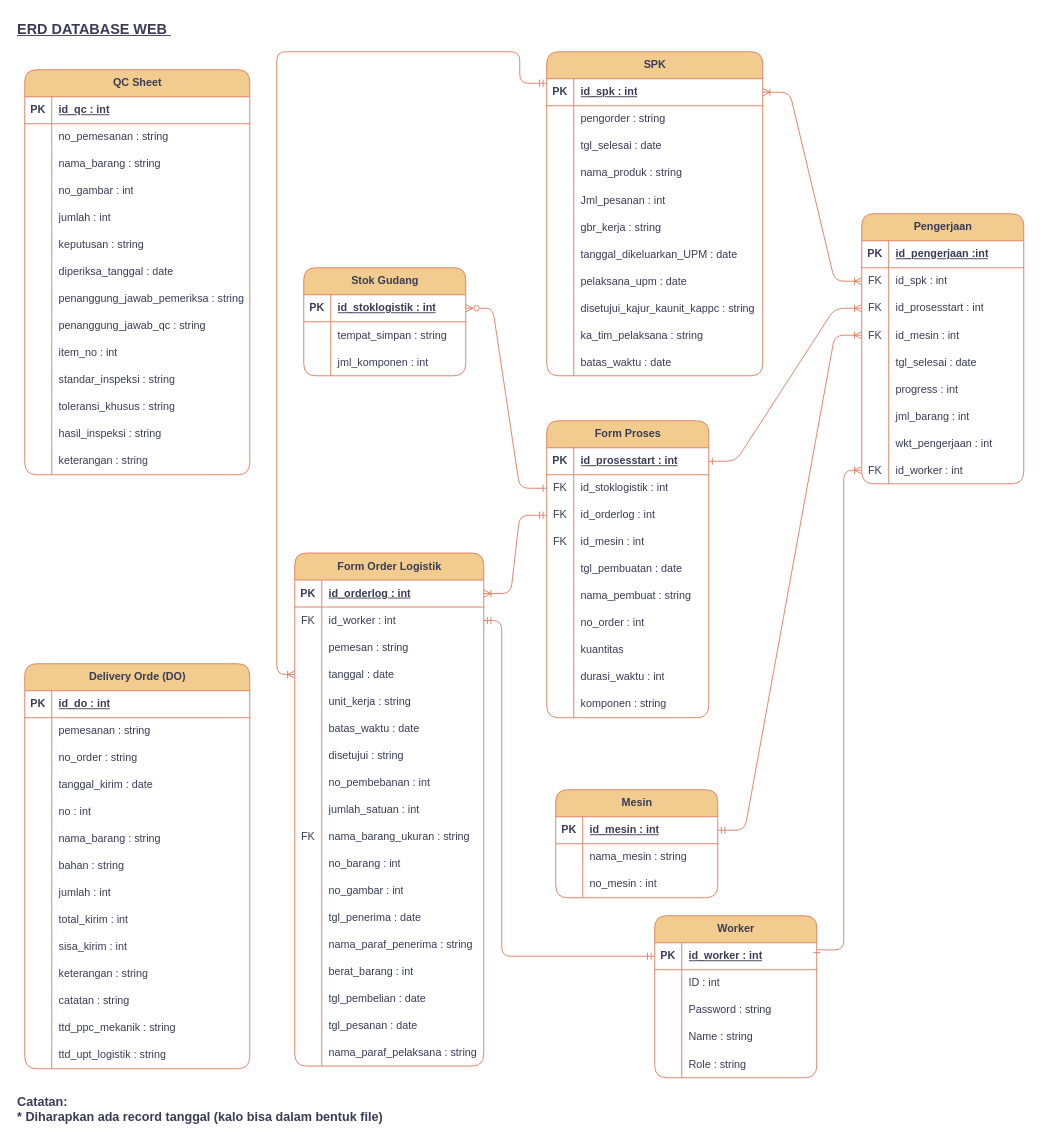
rdhst/ERD-Draw-IO keeps this draw.io diagram as page "ERD" (1 of 2) of erd-rev.drawio. Above is the earlier version. Source tidied: cells renumbered, new cells numbered last; positions are measured from the earlier drawing's top-left corner, leaving out a move shared by most shapes. Both pictures are drawn from the tidied source at 90%, with x=0, y=0 at pixel (15, 15).
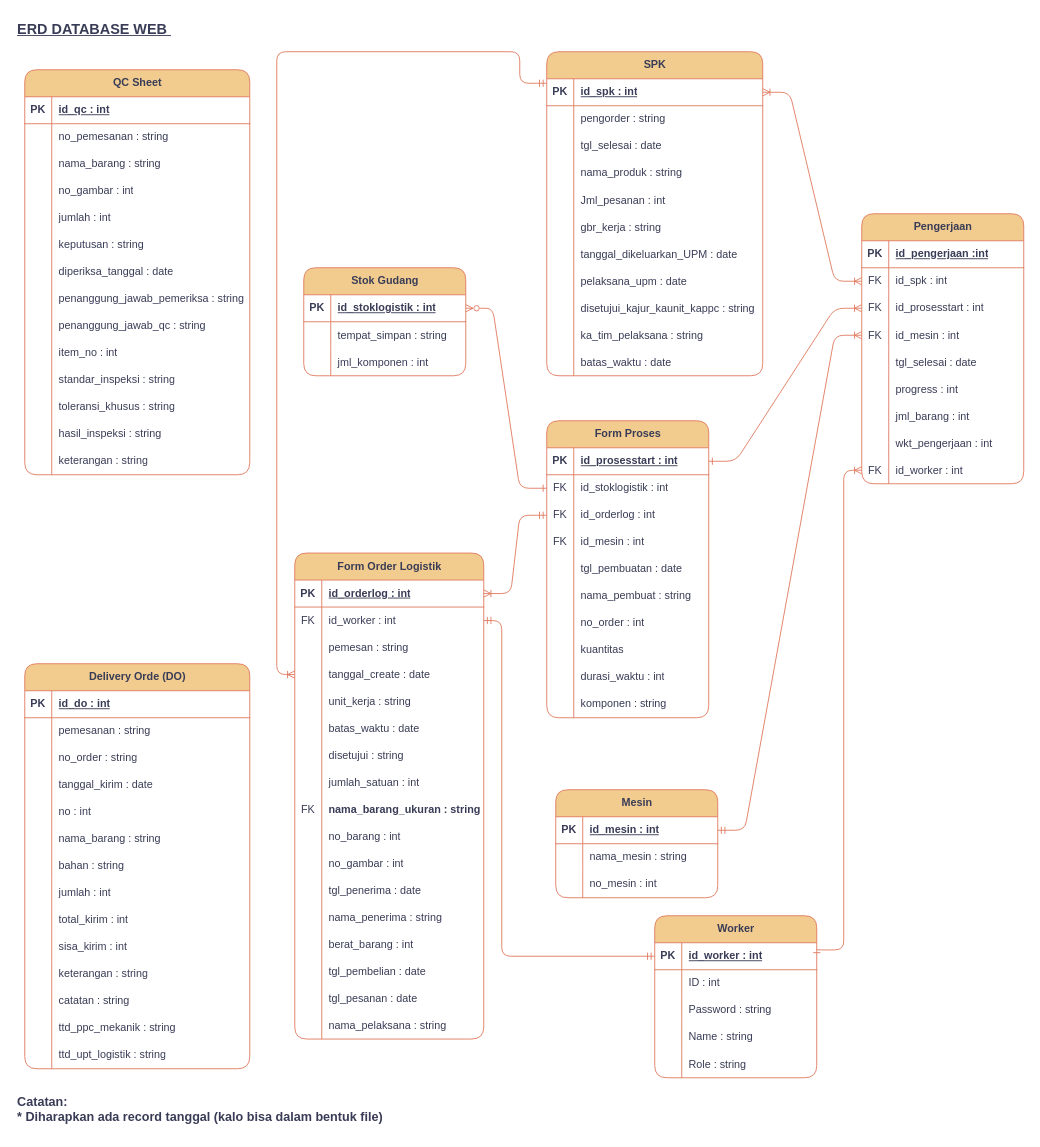
Above is the later version.

Unchanged cells that the change refers to:
```xml
<mxCell id="92" style="shape=tableRow;horizontal=0;startSize=0;swimlaneHead=0;swimlaneBody=0;fillColor=none;top=0;left=0;right=0;bottom=0;rounded=1;labelBackgroundColor=none;strokeColor=#E07A5F;fontColor=#393C56;" parent="82" vertex="1">
  <mxGeometry y="120" width="210" height="30" as="geometry" />
</mxCell>
```

The edit, as a diff of the source:
```diff
@@
     <mxCell id="82" value="Form Order Logistik" style="shape=table;startSize=30;childLayout=tableLayout;rowLines=0;fontStyle=1;align=center;html=1;rounded=1;labelBackgroundColor=none;fillColor=#F2CC8F;strokeColor=#E07A5F;fontColor=#393C56;" parent="1" vertex="1">
-      <mxGeometry x="310" y="597" width="210" height="570" as="geometry" />
+      <mxGeometry x="310" y="597" width="210" height="540" as="geometry" />
     </mxCell>
@@
-    <mxCell id="94" value="tanggal : date" style="shape=partialRectangle;fillColor=none;top=0;left=0;bottom=0;right=0;align=left;spacingLeft=6;overflow=hidden;whiteSpace=wrap;html=1;rounded=1;labelBackgroundColor=none;strokeColor=#E07A5F;fontColor=#393C56;" parent="92" vertex="1">
+    <mxCell id="94" value="tanggal_create : date" style="shape=partialRectangle;fillColor=none;top=0;left=0;bottom=0;right=0;align=left;spacingLeft=6;overflow=hidden;whiteSpace=wrap;html=1;rounded=1;labelBackgroundColor=none;strokeColor=#E07A5F;fontColor=#393C56;" parent="92" vertex="1">
       <mxGeometry x="30" width="180" height="30" as="geometry" />
     </mxCell>
@@
-    <mxCell id="104" style="shape=tableRow;horizontal=0;startSize=0;swimlaneHead=0;swimlaneBody=0;fillColor=none;top=0;left=0;right=0;bottom=0;rounded=1;labelBackgroundColor=none;strokeColor=#E07A5F;fontColor=#393C56;" parent="82" vertex="1">
-      <mxGeometry y="240" width="210" height="30" as="geometry" />
-    </mxCell>
-    <mxCell id="105" style="shape=partialRectangle;fillColor=none;top=0;left=0;bottom=0;right=0;overflow=hidden;whiteSpace=wrap;html=1;rounded=1;labelBackgroundColor=none;strokeColor=#E07A5F;fontColor=#393C56;" parent="104" vertex="1">
-      <mxGeometry width="30" height="30" as="geometry" />
-    </mxCell>
-    <mxCell id="106" value="no_pembebanan : int" style="shape=partialRectangle;fillColor=none;top=0;left=0;bottom=0;right=0;align=left;spacingLeft=6;overflow=hidden;whiteSpace=wrap;html=1;rounded=1;labelBackgroundColor=none;strokeColor=#E07A5F;fontColor=#393C56;" parent="104" vertex="1">
-      <mxGeometry x="30" width="180" height="30" as="geometry" />
-    </mxCell>
     <mxCell id="107" style="shape=tableRow;horizontal=0;startSize=0;swimlaneHead=0;swimlaneBody=0;fillColor=none;top=0;left=0;right=0;bottom=0;rounded=1;labelBackgroundColor=none;strokeColor=#E07A5F;fontColor=#393C56;" parent="82" vertex="1">
-      <mxGeometry y="270" width="210" height="30" as="geometry" />
+      <mxGeometry y="240" width="210" height="30" as="geometry" />
     </mxCell>
@@
     <mxCell id="110" style="shape=tableRow;horizontal=0;startSize=0;swimlaneHead=0;swimlaneBody=0;fillColor=none;top=0;left=0;right=0;bottom=0;rounded=1;labelBackgroundColor=none;strokeColor=#E07A5F;fontColor=#393C56;" parent="82" vertex="1">
-      <mxGeometry y="300" width="210" height="30" as="geometry" />
+      <mxGeometry y="270" width="210" height="30" as="geometry" />
     </mxCell>
@@
-    <mxCell id="112" value="nama_barang_ukuran : string" style="shape=partialRectangle;fillColor=none;top=0;left=0;bottom=0;right=0;align=left;spacingLeft=6;overflow=hidden;whiteSpace=wrap;html=1;rounded=1;labelBackgroundColor=none;strokeColor=#E07A5F;fontColor=#393C56;" parent="110" vertex="1">
+    <mxCell id="112" value="&lt;b&gt;nama_barang_ukuran : string&lt;/b&gt;" style="shape=partialRectangle;fillColor=none;top=0;left=0;bottom=0;right=0;align=left;spacingLeft=6;overflow=hidden;whiteSpace=wrap;html=1;rounded=1;labelBackgroundColor=none;strokeColor=#E07A5F;fontColor=#393C56;" parent="110" vertex="1">
       <mxGeometry x="30" width="180" height="30" as="geometry" />
     </mxCell>
     <mxCell id="113" style="shape=tableRow;horizontal=0;startSize=0;swimlaneHead=0;swimlaneBody=0;fillColor=none;top=0;left=0;right=0;bottom=0;rounded=1;labelBackgroundColor=none;strokeColor=#E07A5F;fontColor=#393C56;" parent="82" vertex="1">
-      <mxGeometry y="330" width="210" height="30" as="geometry" />
+      <mxGeometry y="300" width="210" height="30" as="geometry" />
     </mxCell>
@@
     <mxCell id="116" style="shape=tableRow;horizontal=0;startSize=0;swimlaneHead=0;swimlaneBody=0;fillColor=none;top=0;left=0;right=0;bottom=0;rounded=1;labelBackgroundColor=none;strokeColor=#E07A5F;fontColor=#393C56;" parent="82" vertex="1">
-      <mxGeometry y="360" width="210" height="30" as="geometry" />
+      <mxGeometry y="330" width="210" height="30" as="geometry" />
     </mxCell>
@@
     <mxCell id="119" style="shape=tableRow;horizontal=0;startSize=0;swimlaneHead=0;swimlaneBody=0;fillColor=none;top=0;left=0;right=0;bottom=0;rounded=1;labelBackgroundColor=none;strokeColor=#E07A5F;fontColor=#393C56;" parent="82" vertex="1">
-      <mxGeometry y="390" width="210" height="30" as="geometry" />
+      <mxGeometry y="360" width="210" height="30" as="geometry" />
     </mxCell>
@@
     <mxCell id="122" style="shape=tableRow;horizontal=0;startSize=0;swimlaneHead=0;swimlaneBody=0;fillColor=none;top=0;left=0;right=0;bottom=0;rounded=1;labelBackgroundColor=none;strokeColor=#E07A5F;fontColor=#393C56;" parent="82" vertex="1">
-      <mxGeometry y="420" width="210" height="30" as="geometry" />
+      <mxGeometry y="390" width="210" height="30" as="geometry" />
     </mxCell>
@@
-    <mxCell id="124" value="nama_paraf_penerima : string" style="shape=partialRectangle;fillColor=none;top=0;left=0;bottom=0;right=0;align=left;spacingLeft=6;overflow=hidden;whiteSpace=wrap;html=1;rounded=1;labelBackgroundColor=none;strokeColor=#E07A5F;fontColor=#393C56;" parent="122" vertex="1">
+    <mxCell id="124" value="nama_penerima : string" style="shape=partialRectangle;fillColor=none;top=0;left=0;bottom=0;right=0;align=left;spacingLeft=6;overflow=hidden;whiteSpace=wrap;html=1;rounded=1;labelBackgroundColor=none;strokeColor=#E07A5F;fontColor=#393C56;" parent="122" vertex="1">
       <mxGeometry x="30" width="180" height="30" as="geometry" />
     </mxCell>
     <mxCell id="125" style="shape=tableRow;horizontal=0;startSize=0;swimlaneHead=0;swimlaneBody=0;fillColor=none;top=0;left=0;right=0;bottom=0;rounded=1;labelBackgroundColor=none;strokeColor=#E07A5F;fontColor=#393C56;" parent="82" vertex="1">
-      <mxGeometry y="450" width="210" height="30" as="geometry" />
+      <mxGeometry y="420" width="210" height="30" as="geometry" />
     </mxCell>
@@
     <mxCell id="128" style="shape=tableRow;horizontal=0;startSize=0;swimlaneHead=0;swimlaneBody=0;fillColor=none;top=0;left=0;right=0;bottom=0;rounded=1;labelBackgroundColor=none;strokeColor=#E07A5F;fontColor=#393C56;" parent="82" vertex="1">
-      <mxGeometry y="480" width="210" height="30" as="geometry" />
+      <mxGeometry y="450" width="210" height="30" as="geometry" />
     </mxCell>
@@
     <mxCell id="131" style="shape=tableRow;horizontal=0;startSize=0;swimlaneHead=0;swimlaneBody=0;fillColor=none;top=0;left=0;right=0;bottom=0;rounded=1;labelBackgroundColor=none;strokeColor=#E07A5F;fontColor=#393C56;" parent="82" vertex="1">
-      <mxGeometry y="510" width="210" height="30" as="geometry" />
+      <mxGeometry y="480" width="210" height="30" as="geometry" />
     </mxCell>
@@
     <mxCell id="134" style="shape=tableRow;horizontal=0;startSize=0;swimlaneHead=0;swimlaneBody=0;fillColor=none;top=0;left=0;right=0;bottom=0;rounded=1;labelBackgroundColor=none;strokeColor=#E07A5F;fontColor=#393C56;" parent="82" vertex="1">
-      <mxGeometry y="540" width="210" height="30" as="geometry" />
+      <mxGeometry y="510" width="210" height="30" as="geometry" />
     </mxCell>
@@
-    <mxCell id="136" value="nama_paraf_pelaksana : string" style="shape=partialRectangle;fillColor=none;top=0;left=0;bottom=0;right=0;align=left;spacingLeft=6;overflow=hidden;whiteSpace=wrap;html=1;rounded=1;labelBackgroundColor=none;strokeColor=#E07A5F;fontColor=#393C56;" parent="134" vertex="1">
+    <mxCell id="136" value="nama_pelaksana : string" style="shape=partialRectangle;fillColor=none;top=0;left=0;bottom=0;right=0;align=left;spacingLeft=6;overflow=hidden;whiteSpace=wrap;html=1;rounded=1;labelBackgroundColor=none;strokeColor=#E07A5F;fontColor=#393C56;" parent="134" vertex="1">
       <mxGeometry x="30" width="180" height="30" as="geometry" />
     </mxCell>
```
